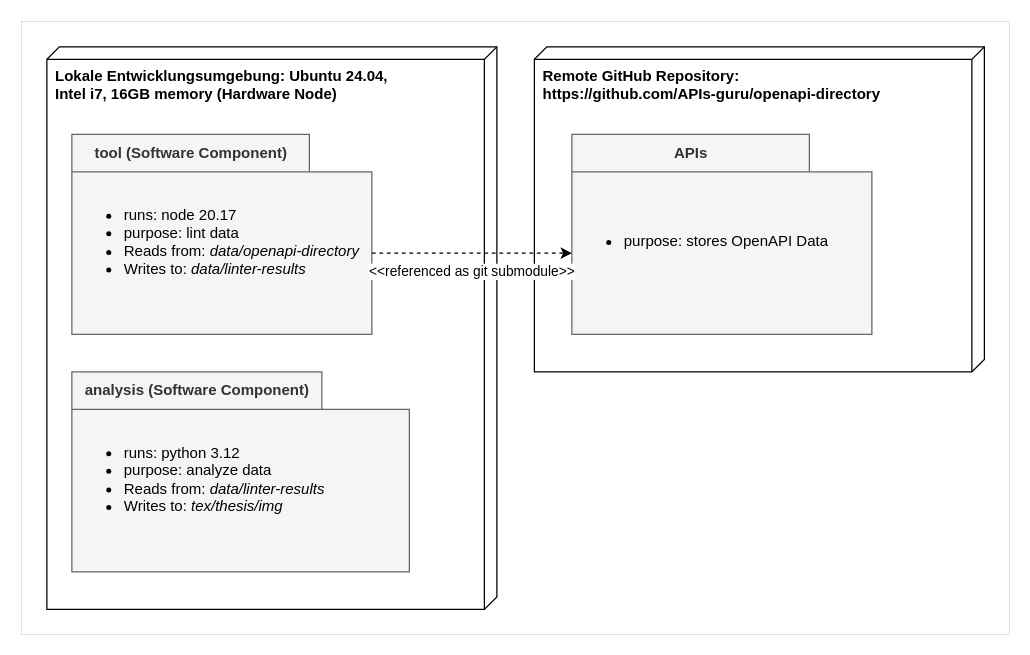
Before: requirements/diagram/deploymentview.drawio in paulbrenker/thesis, a draw.io diagram. Source tidied: cells renumbered, new cells numbered last; positions are measured from the earlier drawing's top-left corner, leaving out a move shared by most shapes. Both pictures are drawn from the tidied source at 125%, with x=0, y=0 at pixel (21, 21).
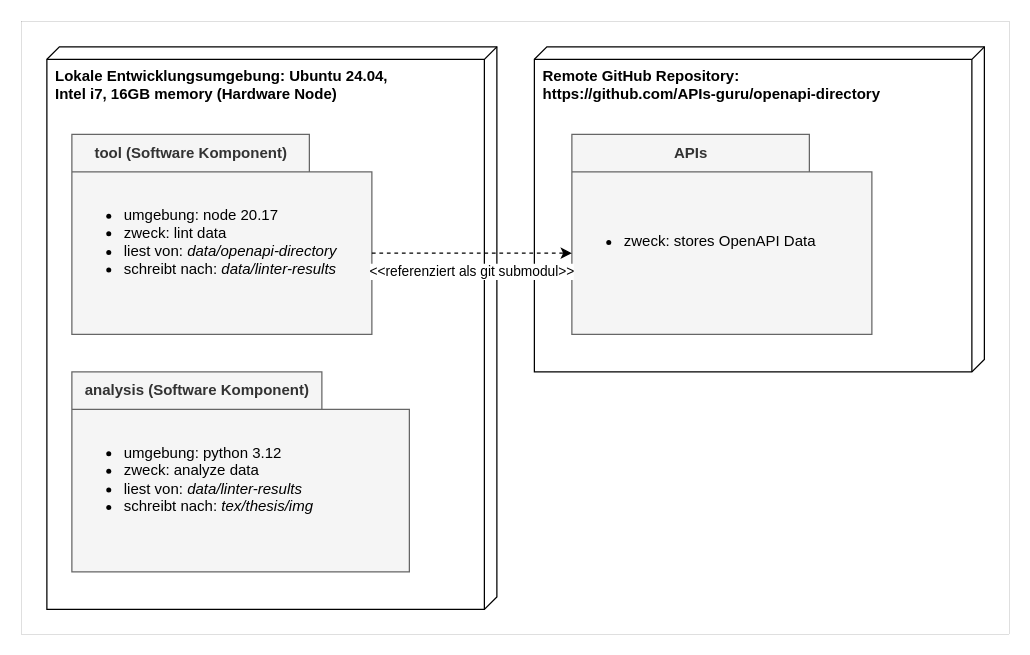
Above is the later version.

Commit message (it also covers changes not shown here):
change language to german in diagrams

Diff of the diagram source:
```diff
@@
 <mxGraphModel>
   <root>
     <mxCell id="0" />
     <mxCell id="1" parent="0" />
     <mxCell id="2" style="rounded=0;whiteSpace=wrap;html=1;strokeWidth=0;" parent="1" vertex="1">
       <mxGeometry width="790" height="490" as="geometry" />
     </mxCell>
     <mxCell id="3" value="&lt;b&gt;Lokale Entwicklungsumgebung: Ubuntu 24.04,&amp;nbsp;&lt;br&gt;Intel i7, 16GB memory (Hardware Node)&lt;/b&gt;" style="verticalAlign=top;align=left;shape=cube;size=10;direction=south;fontStyle=0;html=1;boundedLbl=1;spacingLeft=5;" parent="1" vertex="1">
       <mxGeometry x="20" y="20" width="360" height="450" as="geometry" />
     </mxCell>
-    <mxCell id="4" value="tool (Software Component)" style="shape=folder;fontStyle=1;tabWidth=190;tabHeight=30;tabPosition=left;html=1;boundedLbl=1;labelInHeader=1;fillColor=#f5f5f5;fontColor=#333333;strokeColor=#666666;" parent="1" vertex="1">
+    <mxCell id="4" value="tool (Software Komponent)" style="shape=folder;fontStyle=1;tabWidth=190;tabHeight=30;tabPosition=left;html=1;boundedLbl=1;labelInHeader=1;fillColor=#f5f5f5;fontColor=#333333;strokeColor=#666666;" parent="1" vertex="1">
       <mxGeometry x="40" y="90" width="240" height="160" as="geometry" />
     </mxCell>
-    <mxCell id="5" value="&lt;ul&gt;&lt;li&gt;runs: node 20.17&lt;/li&gt;&lt;li&gt;purpose: lint data&lt;i&gt;&lt;br&gt;&lt;/i&gt;&lt;/li&gt;&lt;li&gt;Reads from:&amp;nbsp;&lt;i&gt;data/openapi-directory&lt;/i&gt;&lt;/li&gt;&lt;li&gt;Writes to:&amp;nbsp;&lt;i&gt;data/linter-results&lt;/i&gt;&lt;/li&gt;&lt;/ul&gt;" style="html=1;strokeColor=none;fillColor=none;align=left;" parent="4" vertex="1">
+    <mxCell id="5" value="&lt;ul&gt;&lt;li&gt;umgebung: node 20.17&lt;/li&gt;&lt;li&gt;zweck: lint data&lt;i&gt;&lt;br&gt;&lt;/i&gt;&lt;/li&gt;&lt;li&gt;liest von:&amp;nbsp;&lt;i&gt;data/openapi-directory&lt;/i&gt;&lt;/li&gt;&lt;li&gt;schreibt nach:&amp;nbsp;&lt;i&gt;data/linter-results&lt;/i&gt;&lt;/li&gt;&lt;/ul&gt;" style="html=1;strokeColor=none;fillColor=none;align=left;" parent="4" vertex="1">
       <mxGeometry width="240" height="112" relative="1" as="geometry">
         <mxPoint y="30" as="offset" />
       </mxGeometry>
     </mxCell>
-    <mxCell id="6" value="analysis (Software Component)" style="shape=folder;fontStyle=1;tabWidth=200;tabHeight=30;tabPosition=left;html=1;boundedLbl=1;labelInHeader=1;fillColor=#f5f5f5;fontColor=#333333;strokeColor=#666666;" parent="1" vertex="1">
+    <mxCell id="6" value="analysis (Software Komponent)" style="shape=folder;fontStyle=1;tabWidth=200;tabHeight=30;tabPosition=left;html=1;boundedLbl=1;labelInHeader=1;fillColor=#f5f5f5;fontColor=#333333;strokeColor=#666666;" parent="1" vertex="1">
       <mxGeometry x="40" y="280" width="270" height="160" as="geometry" />
     </mxCell>
-    <mxCell id="7" value="&lt;ul&gt;&lt;li&gt;runs: python 3.12&lt;/li&gt;&lt;li&gt;purpose: analyze data&lt;/li&gt;&lt;li&gt;Reads from: &lt;i&gt;data/linter-results&lt;/i&gt;&lt;/li&gt;&lt;li&gt;Writes to: &lt;i&gt;tex/thesis/img&lt;/i&gt;&lt;/li&gt;&lt;/ul&gt;" style="html=1;strokeColor=none;fillColor=none;align=left;" parent="6" vertex="1">
+    <mxCell id="7" value="&lt;ul&gt;&lt;li&gt;umgebung: python 3.12&lt;/li&gt;&lt;li&gt;zweck: analyze data&lt;/li&gt;&lt;li&gt;liest von: &lt;i&gt;data/linter-results&lt;/i&gt;&lt;/li&gt;&lt;li&gt;schreibt nach: &lt;i&gt;tex/thesis/img&lt;/i&gt;&lt;/li&gt;&lt;/ul&gt;" style="html=1;strokeColor=none;fillColor=none;align=left;" parent="6" vertex="1">
       <mxGeometry width="270" height="112" relative="1" as="geometry">
         <mxPoint y="30" as="offset" />
       </mxGeometry>
     </mxCell>
     <mxCell id="8" value="&lt;b&gt;Remote GitHub Repository:&amp;nbsp;&lt;br&gt;https://github.com/APIs-guru/openapi-directory&lt;/b&gt;" style="verticalAlign=top;align=left;shape=cube;size=10;direction=south;fontStyle=0;html=1;boundedLbl=1;spacingLeft=5;" parent="1" vertex="1">
       <mxGeometry x="410" y="20" width="360" height="260" as="geometry" />
     </mxCell>
     <mxCell id="9" value="APIs" style="shape=folder;fontStyle=1;tabWidth=190;tabHeight=30;tabPosition=left;html=1;boundedLbl=1;labelInHeader=1;fillColor=#f5f5f5;fontColor=#333333;strokeColor=#666666;" parent="1" vertex="1">
       <mxGeometry x="440" y="90" width="240" height="160" as="geometry" />
     </mxCell>
-    <mxCell id="10" value="&lt;ul&gt;&lt;li&gt;&lt;span style=&quot;background-color: initial;&quot;&gt;purpose: stores OpenAPI Data&lt;/span&gt;&lt;/li&gt;&lt;/ul&gt;" style="html=1;strokeColor=none;fillColor=none;align=left;" parent="9" vertex="1">
+    <mxCell id="10" value="&lt;ul&gt;&lt;li&gt;&lt;span style=&quot;background-color: initial;&quot;&gt;zweck: stores OpenAPI Data&lt;/span&gt;&lt;/li&gt;&lt;/ul&gt;" style="html=1;strokeColor=none;fillColor=none;align=left;" parent="9" vertex="1">
       <mxGeometry width="240" height="112" relative="1" as="geometry">
         <mxPoint y="30" as="offset" />
       </mxGeometry>
     </mxCell>
-    <mxCell id="11" value="&amp;lt;&amp;lt;referenced as git submodule&amp;gt;&amp;gt;" style="endArrow=classic;html=1;exitX=0;exitY=0;exitDx=240.00000000000003;exitDy=95;exitPerimeter=0;entryX=0;entryY=0;entryDx=0;entryDy=95;entryPerimeter=0;dashed=1;" parent="1" edge="1" source="4" target="9">
+    <mxCell id="11" value="&amp;lt;&amp;lt;referenziert als git submodul&amp;gt;&amp;gt;" style="endArrow=classic;html=1;exitX=0;exitY=0;exitDx=240.00000000000003;exitDy=95;exitPerimeter=0;entryX=0;entryY=0;entryDx=0;entryDy=95;entryPerimeter=0;dashed=1;" parent="1" edge="1" source="4" target="9">
       <mxGeometry y="-15" relative="1" as="geometry" />
     </mxCell>
   </root>
 </mxGraphModel>
```
